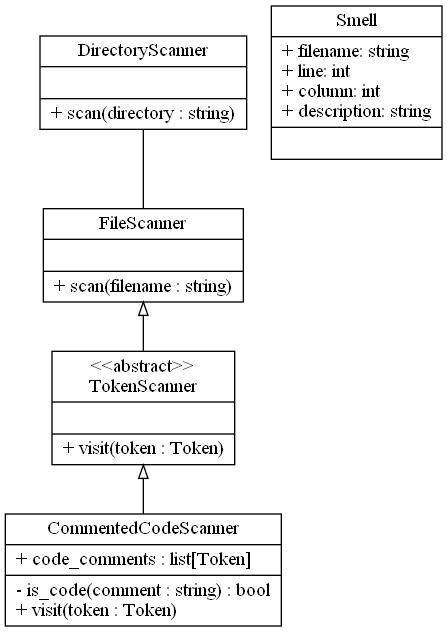
actions-marketplace-validations/manele-se_code-smell-tool keeps this Graphviz diagram as documentation/uml.png. Above is the earlier version. Its source is kept beside it as documentation/uml.dot.
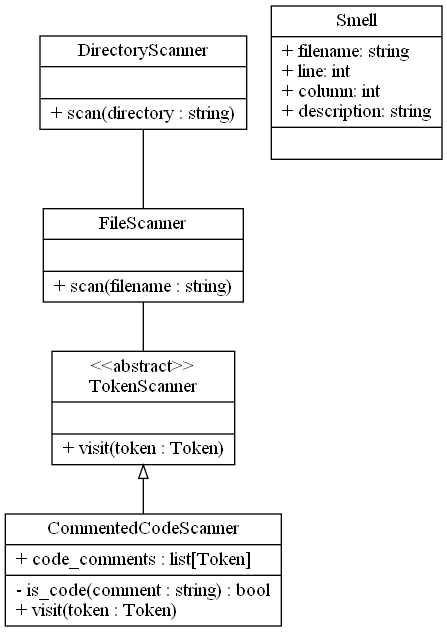
After the change.

Diff of the diagram source:
```diff
@@ -22,7 +22,7 @@
   ]
 
   dir_scan -> file_scan [arrowtail="none",dir=back];
-  file_scan -> token_scan [arrowtail="empty",dir=back];
+  file_scan -> token_scan [arrowtail="none",dir=back];
   token_scan -> comments_scan [arrowtail="empty",dir=back];
 
 }
```
